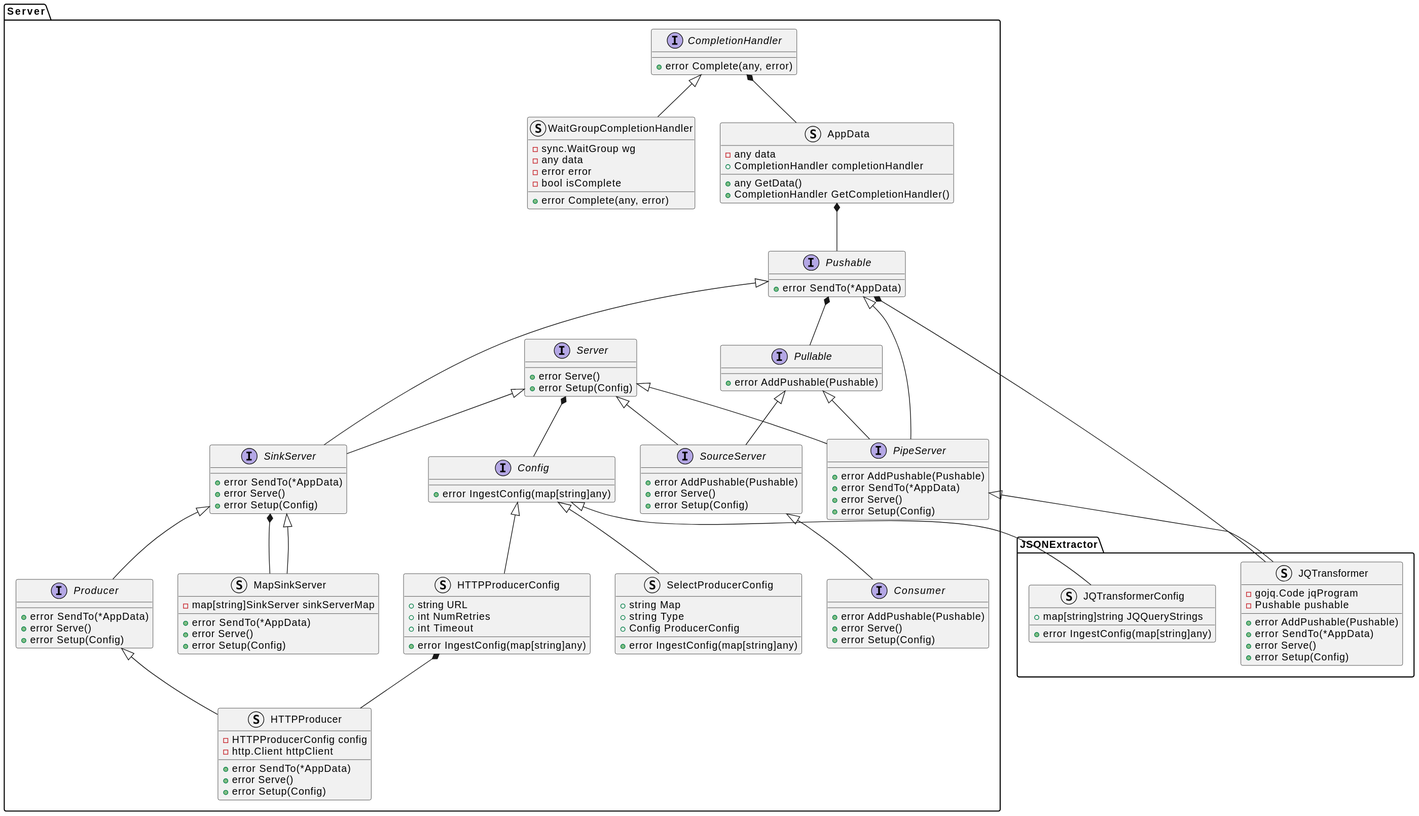
xtuml/otel2pv keeps this PlantUML diagram as docs/design_notes/DN1_JSON_Extractor/class_diagram.svg. Above is the earlier version.
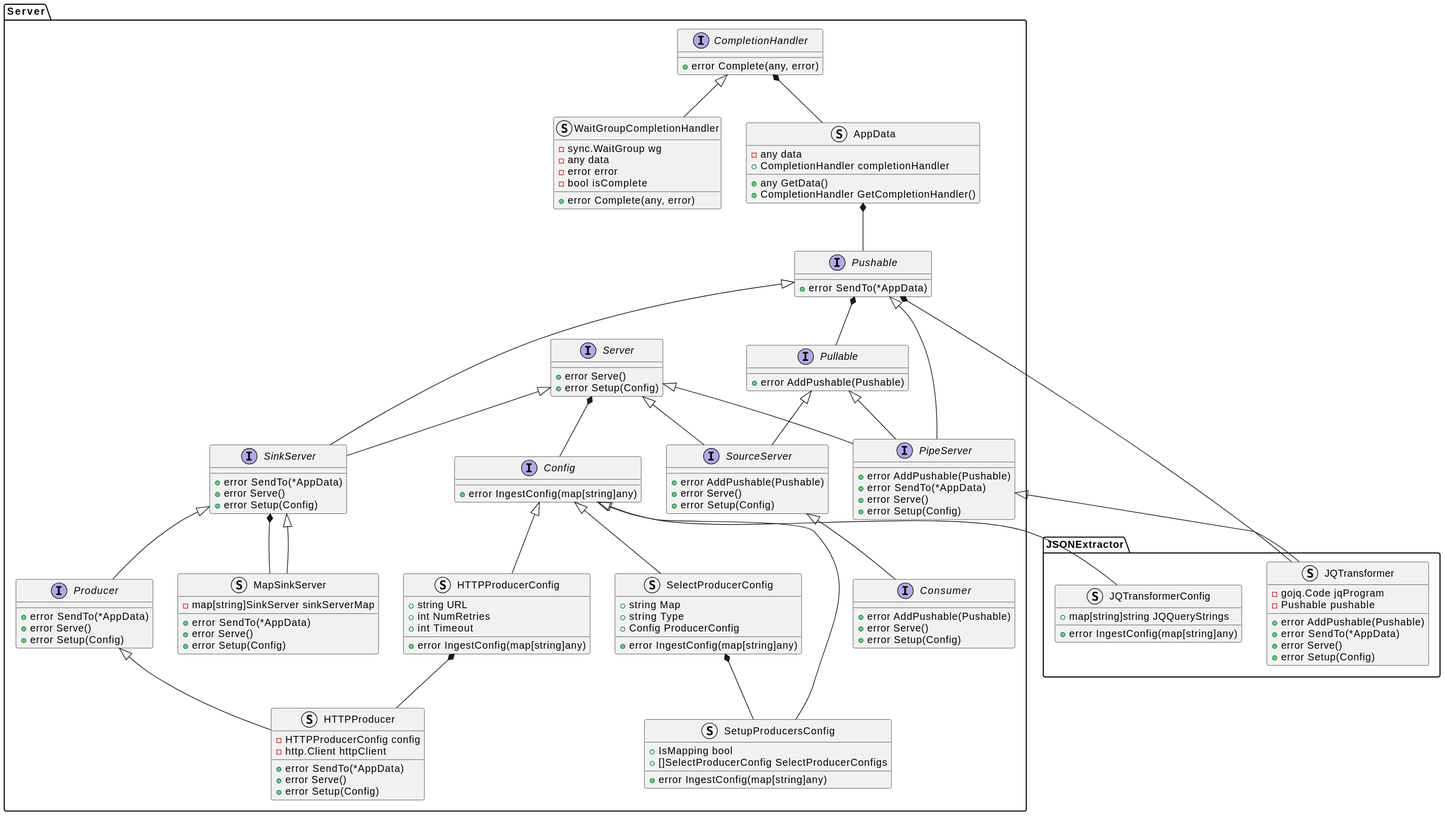
After the change.

Commit message:
Cdsopv 83 create setup producers config (#42)

Change to the diagram source:
```diff
@@ -94,6 +94,11 @@
         +Config ProducerConfig
         +error IngestConfig(map[string]any)
     }
+    struct SetupProducersConfig {
+        +IsMapping bool
+        +[]SelectProducerConfig SelectProducerConfigs
+        +error IngestConfig(map[string]any)
+    }
 }
 Server.CompletionHandler <|-- Server.WaitGroupCompletionHandler
 Server.CompletionHandler *-- Server.AppData
@@ -120,6 +125,8 @@
 Server.Config <|-- JSONExtractor.JQTransformerConfig
 Server.Config <|-- Server.HTTPProducerConfig
 Server.Config <|-- Server.SelectProducerConfig
+Server.Config <|-- Server.SetupProducersConfig
+Server.SelectProducerConfig *-- Server.SetupProducersConfig
 Server.Producer <|-- Server.HTTPProducer
 Server.HTTPProducerConfig *-- Server.HTTPProducer
 @enduml
```
